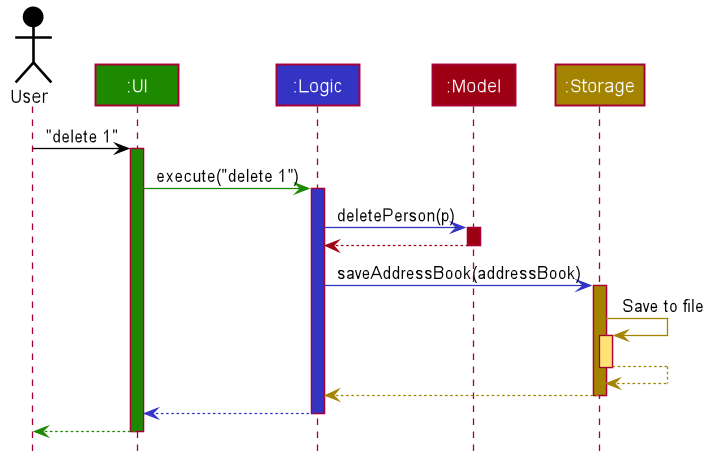
nus-cs2103-AY2223S2/tp keeps this PlantUML diagram as docs/images/ArchitectureSequenceDiagram.png. Above is the earlier version.
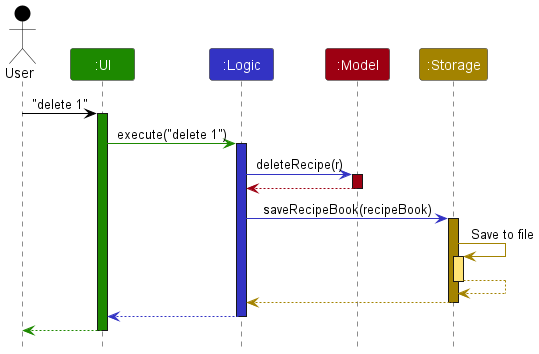
The same file after the commit.

Commit message:
Add UML diagrams and decriptions for architecture section

Change to the diagram source:
```diff
@@ -1,85 +1,38 @@
 @startuml
+!include style.puml
 
+Actor User as user USER_COLOR
+Participant ":UI" as ui UI_COLOR
+Participant ":Logic" as logic LOGIC_COLOR
+Participant ":Model" as model MODEL_COLOR
+Participant ":Storage" as storage STORAGE_COLOR
 
+user -[USER_COLOR]> ui : "delete 1"
+activate ui UI_COLOR
 
+ui -[UI_COLOR]> logic : execute("delete 1")
+activate logic LOGIC_COLOR
 
+logic -[LOGIC_COLOR]> model : deleteRecipe(r)
+activate model MODEL_COLOR
 
-
-
-
-skinparam BackgroundColor #FFFFFFF
-
-skinparam Shadowing false
-
-skinparam Class {
-    FontColor #FFFFFF
-    BorderThickness 1
-    BorderColor #FFFFFF
-    StereotypeFontColor #FFFFFF
-    FontName Arial
-}
-
-skinparam Actor {
-    BorderColor #000000
-    Color #000000
-    FontName Arial
-}
-
-skinparam Sequence {
-    MessageAlign center
-    BoxFontSize 15
-    BoxPadding 0
-    BoxFontColor #FFFFFF
-    FontName Arial
-}
-
-skinparam Participant {
-    FontColor #FFFFFFF
-    Padding 20
-}
-
-skinparam MinClassWidth 50
-skinparam ParticipantPadding 10
-skinparam Shadowing false
-skinparam DefaultTextAlignment center
-skinparam packageStyle Rectangle
-
-hide footbox
-hide members
-hide circle
-
-Actor User as user #000000
-Participant ":UI" as ui #1D8900
-Participant ":Logic" as logic #3333C4
-Participant ":Model" as model #9D0012
-Participant ":Storage" as storage #A38300
-
-user -[#000000]> ui : "delete 1"
-activate ui #1D8900
-
-ui -[#1D8900]> logic : execute("delete 1")
-activate logic #3333C4
-
-logic -[#3333C4]> model : deletePerson(p)
-activate model #9D0012
-
-model -[#9D0012]-> logic
+model -[MODEL_COLOR]-> logic
 deactivate model
 
-logic -[#3333C4]> storage : saveAddressBook(addressBook)
-activate storage #A38300
+logic -[LOGIC_COLOR]> storage : saveRecipeBook(recipeBook)
+activate storage STORAGE_COLOR
 
-storage -[#A38300]> storage : Save to file
-activate storage #FFE374
-storage --[#A38300]> storage
+storage -[STORAGE_COLOR]> storage : Save to file
+activate storage STORAGE_COLOR_T1
+storage --[STORAGE_COLOR]> storage
 deactivate storage
 
-storage --[#A38300]> logic
+storage --[STORAGE_COLOR]> logic
 deactivate storage
 
-logic --[#3333C4]> ui
+logic --[LOGIC_COLOR]> ui
 deactivate logic
 
-ui--[#1D8900]> user
+ui--[UI_COLOR]> user
 deactivate ui
 @enduml
```
